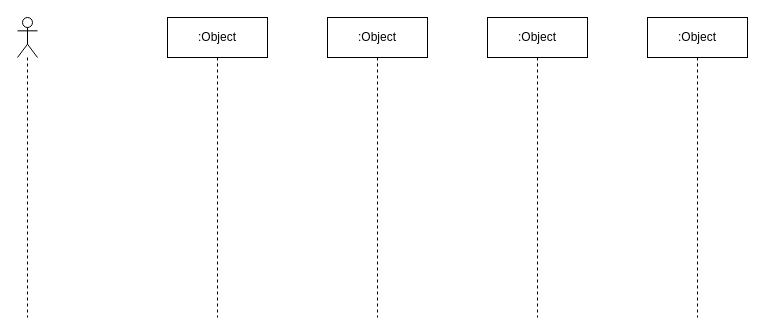
This is GI-renweal-modification.drawio from ajeeshraj56/drawio, a draw.io file, before an edit. Source tidied: cells renumbered, new cells numbered last; positions are measured from the earlier drawing's top-left corner, leaving out a move shared by most shapes. Both pictures are drawn from the tidied source at 100%, with x=0, y=0 at pixel (17, 17).
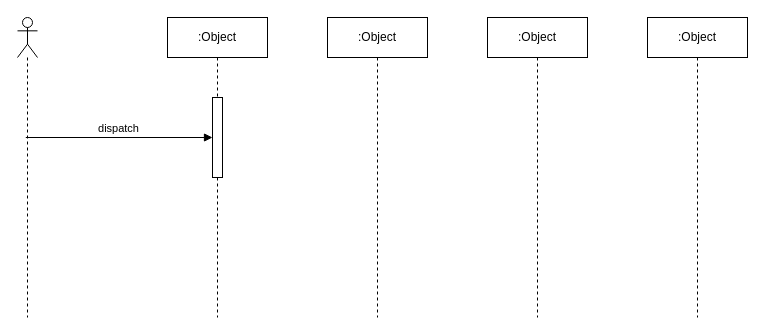
The same page after the edit.

Change to the diagram source:
```diff
@@
 <mxGraphModel>
   <root>
     <mxCell id="0" />
     <mxCell id="1" parent="0" />
     <mxCell id="2" style="shape=umlLifeline;perimeter=lifelinePerimeter;whiteSpace=wrap;html=1;newEdgeStyle={&quot;curved&quot;:0,&quot;rounded&quot;:0};participant=umlActor;" parent="1" vertex="1">
       <mxGeometry width="20" height="300" as="geometry" />
     </mxCell>
     <mxCell id="3" value=":Object" style="shape=umlLifeline;perimeter=lifelinePerimeter;whiteSpace=wrap;html=1;newEdgeStyle={&quot;curved&quot;:0,&quot;rounded&quot;:0};" parent="1" vertex="1">
       <mxGeometry x="470" width="100" height="300" as="geometry" />
     </mxCell>
     <mxCell id="4" value=":Object" style="shape=umlLifeline;perimeter=lifelinePerimeter;whiteSpace=wrap;html=1;newEdgeStyle={&quot;curved&quot;:0,&quot;rounded&quot;:0};" parent="1" vertex="1">
       <mxGeometry x="630" width="100" height="300" as="geometry" />
     </mxCell>
     <mxCell id="5" value=":Object" style="shape=umlLifeline;perimeter=lifelinePerimeter;whiteSpace=wrap;html=1;newEdgeStyle={&quot;curved&quot;:0,&quot;rounded&quot;:0};" parent="1" vertex="1">
       <mxGeometry x="150" width="100" height="300" as="geometry" />
     </mxCell>
+    <mxCell id="7" style="html=1;points=[[0,0,0,0,5],[0,1,0,0,-5],[1,0,0,0,5],[1,1,0,0,-5]];perimeter=orthogonalPerimeter;outlineConnect=0;targetShapes=umlLifeline;portConstraint=eastwest;newEdgeStyle={&quot;curved&quot;:0,&quot;rounded&quot;:0};" parent="5" vertex="1">
+      <mxGeometry x="45" y="80" width="10" height="80" as="geometry" />
+    </mxCell>
     <mxCell id="6" value=":Object" style="shape=umlLifeline;perimeter=lifelinePerimeter;whiteSpace=wrap;html=1;newEdgeStyle={&quot;curved&quot;:0,&quot;rounded&quot;:0};" parent="1" vertex="1">
       <mxGeometry x="310" width="100" height="300" as="geometry" />
     </mxCell>
+    <mxCell id="8" value="dispatch" style="html=1;verticalAlign=bottom;endArrow=block;curved=0;rounded=0;" parent="1" edge="1" target="7">
+      <mxGeometry relative="1" as="geometry">
+        <mxPoint x="8.3" y="120" as="sourcePoint" />
+      </mxGeometry>
+    </mxCell>
   </root>
 </mxGraphModel>
```
